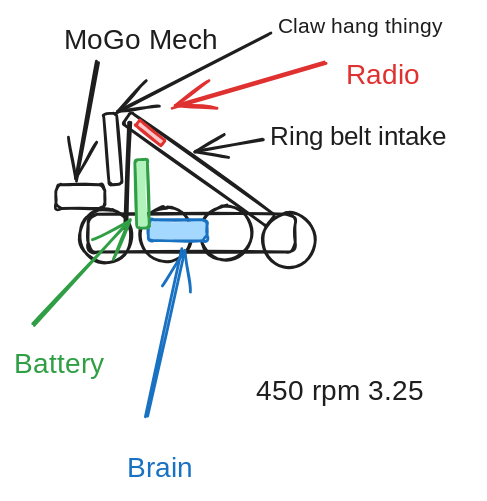
This is entries/overall-robot/brainstorm/eric-robot-idea.excalidraw.svg from Area-53-Robotics/53D-High-Stakes-Notebook, a Excalidraw export, as it was before one commit. Source tidied: one line per element, renumbered; positions are measured from the earlier drawing's top-left corner, leaving out a move shared by most shapes.
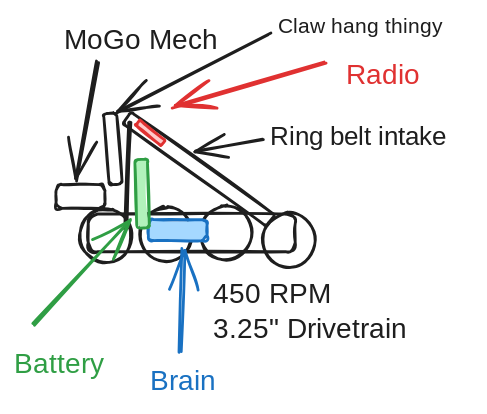
The same file after the commit.

Commit message:
Complete overall robot brainstorm entry

Diff of the diagram source:
```diff
@@ -4,8 +4,8 @@
 {"id": 3, "type": "ellipse", "strokeColor": "#1e1e1e", "strokeWidth": 2, "roughness": 1, "round": true, "x": 47, "y": 139, "width": 37, "height": 39}
 {"id": 4, "type": "ellipse", "strokeColor": "#1e1e1e", "strokeWidth": 2, "roughness": 1, "round": true, "x": 90, "y": 138, "width": 37, "height": 39}
 {"id": 5, "type": "rectangle", "strokeColor": "#1971c2", "backgroundColor": "#a5d8ff", "fillStyle": "solid", "strokeWidth": 2, "roughness": 1, "round": true, "x": 96, "y": 147, "width": 42, "height": 15}
-{"id": 6, "type": "arrow", "strokeColor": "#1971c2", "backgroundColor": "#a5d8ff", "fillStyle": "solid", "strokeWidth": 2, "roughness": 1, "endArrowhead": "arrow", "round": true, "x": 95, "y": 287, "width": 26, "height": 119, "points": [[0, 0], [26, -119]]}
+{"id": 6, "type": "arrow", "strokeColor": "#1971c2", "backgroundColor": "#a5d8ff", "fillStyle": "solid", "strokeWidth": 2, "roughness": 1, "endArrowhead": "arrow", "round": true, "from": 7, "to": 5, "x": 119, "y": 241, "width": 2, "height": 73, "points": [[0, 0], [2, -73]]}
-{"id": 7, "type": "text", "text": "Brain", "strokeColor": "#1971c2", "backgroundColor": "#a5d8ff", "fillStyle": "solid", "strokeWidth": 2, "roughness": 1, "fontSize": 20, "fontFamily": 1, "x": 81, "y": 313, "width": 50, "height": 25}
+{"id": 7, "type": "text", "text": "Brain", "strokeColor": "#1971c2", "backgroundColor": "#a5d8ff", "fillStyle": "solid", "strokeWidth": 2, "roughness": 1, "fontSize": 20, "fontFamily": 1, "x": 97, "y": 251, "width": 50, "height": 25}
 {"id": 8, "type": "rectangle", "strokeColor": "#1e1e1e", "angle": 0.62, "strokeWidth": 2, "roughness": 1, "round": true, "x": 69, "y": 106, "width": 126, "height": 10}
 {"id": 9, "type": "rectangle", "strokeColor": "#1e1e1e", "angle": 1.61, "strokeWidth": 2, "roughness": 1, "round": true, "x": 43, "y": 115, "width": 76, "height": 2}
 {"id": 10, "type": "rectangle", "strokeColor": "#1e1e1e", "strokeWidth": 2, "roughness": 1, "round": true, "x": 30, "y": 122, "width": 35, "height": 17}
@@ -16,7 +16,7 @@
 {"id": 15, "type": "rectangle", "strokeColor": "#e03131", "angle": 0.68, "backgroundColor": "#ffc9c9", "fillStyle": "solid", "strokeWidth": 2, "roughness": 1, "round": true, "x": 86, "y": 83, "width": 23, "height": 5}
 {"id": 16, "type": "arrow", "strokeColor": "#e03131", "backgroundColor": "#ffc9c9", "fillStyle": "solid", "strokeWidth": 2, "roughness": 1, "endArrowhead": "arrow", "round": true, "x": 223, "y": 35, "width": 109, "height": 32, "points": [[0, 0], [-109, 32]]}
 {"id": 17, "type": "text", "text": "Radio", "strokeColor": "#e03131", "backgroundColor": "#ffc9c9", "fillStyle": "solid", "strokeWidth": 2, "roughness": 1, "fontSize": 20, "fontFamily": 1, "x": 237, "y": 32, "width": 54, "height": 25}
-{"id": 18, "type": "text", "text": "450 rpm 3.25", "strokeColor": "#1e1e1e", "backgroundColor": "#ffc9c9", "fillStyle": "solid", "strokeWidth": 2, "roughness": 1, "fontSize": 20, "fontFamily": 1, "x": 173, "y": 258, "width": 136, "height": 25}
+{"id": 18, "type": "text", "text": "450 RPM\n3.25\" Drivetrain", "strokeColor": "#1e1e1e", "backgroundColor": "#ffc9c9", "fillStyle": "solid", "strokeWidth": 2, "roughness": 1, "fontSize": 20, "fontFamily": 1, "x": 142, "y": 189, "width": 159, "height": 50}
 {"id": 19, "type": "rectangle", "strokeColor": "#2f9e44", "angle": 1.54, "backgroundColor": "#b2f2bb", "fillStyle": "solid", "strokeWidth": 2, "roughness": 1, "round": true, "x": 67, "y": 124, "width": 49, "height": 9}
 {"id": 20, "type": "arrow", "strokeColor": "#2f9e44", "backgroundColor": "#b2f2bb", "fillStyle": "solid", "strokeWidth": 2, "roughness": 1, "endArrowhead": "arrow", "round": true, "to": 19, "x": 14, "y": 223, "width": 68, "height": 75, "points": [[0, 0], [68, -75]]}
 {"id": 21, "type": "text", "text": "Battery ", "strokeColor": "#2f9e44", "backgroundColor": "#b2f2bb", "fillStyle": "solid", "strokeWidth": 2, "roughness": 1, "fontSize": 20, "fontFamily": 1, "x": 0, "y": 239, "width": 89, "height": 25}
```
